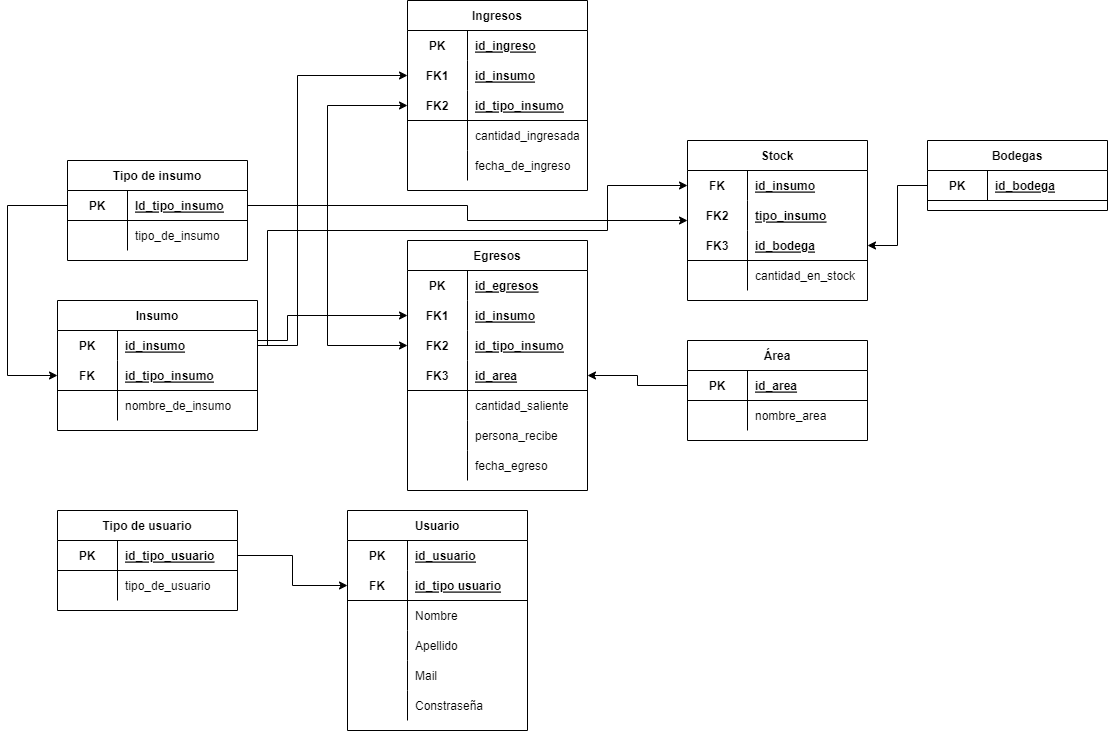
Sepjir/Proyecto_Fullstack_BodeApp keeps this draw.io diagram as UML/UML BodeApp.png. Above is the earlier version. Source tidied: cells renumbered, new cells last; positions are measured from the earlier drawing's top-left corner, leaving out a move shared by most shapes.
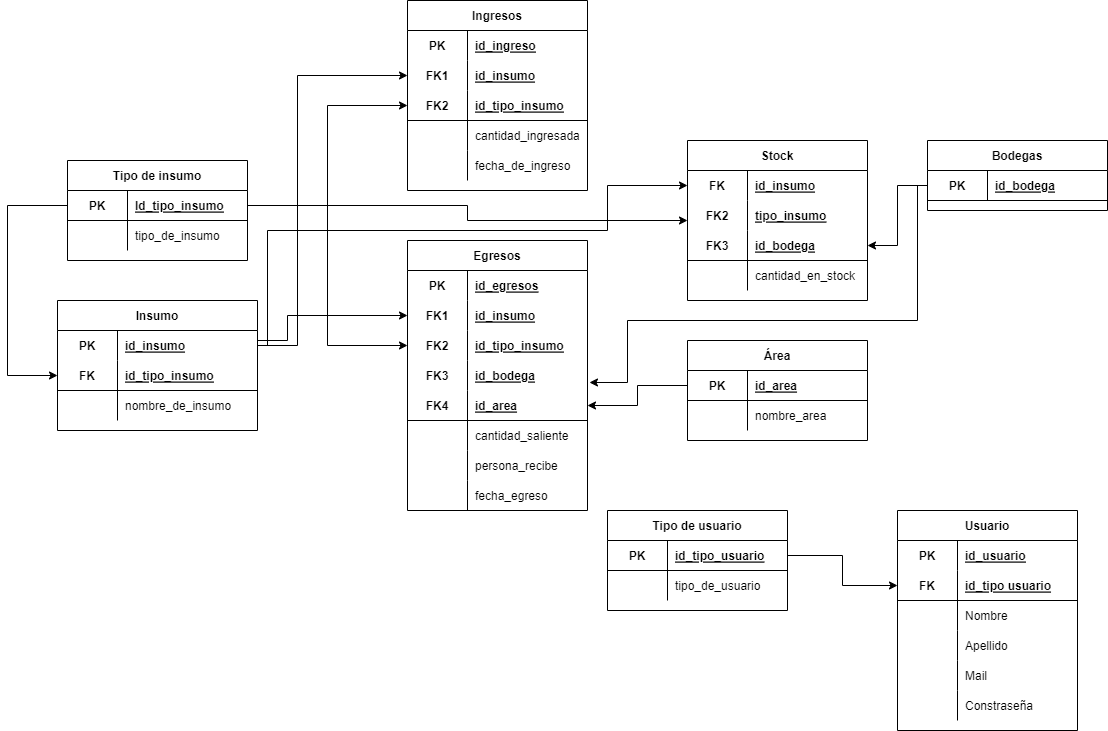
Above is the later version.

The edit, as a diff of the source:
```diff
@@ -123,7 +123,7 @@
       <mxGeometry x="60" width="120" height="30" as="geometry" />
     </mxCell>
     <mxCell id="42" value="Egresos" style="shape=table;startSize=30;rowLines=0;fontStyle=1;align=center;" parent="1" vertex="1">
-      <mxGeometry x="400" y="240" width="180" height="250" as="geometry" />
+      <mxGeometry x="400" y="240" width="180" height="270" as="geometry" />
     </mxCell>
     <mxCell id="43" style="shape=tableRow;horizontal=0;startSize=0;swimlaneHead=0;swimlaneBody=0;fillColor=none;top=0;left=0;right=0;bottom=0;" parent="42" vertex="1">
       <mxGeometry y="30" width="180" height="30" as="geometry" />
@@ -152,17 +152,26 @@
     <mxCell id="51" value="id_tipo_insumo" style="shape=partialRectangle;fillColor=none;top=0;left=0;bottom=0;right=0;align=left;spacingLeft=6;fontStyle=5;overflow=hidden;" parent="49" vertex="1">
       <mxGeometry x="60" width="120" height="30" as="geometry" />
     </mxCell>
+    <mxCell id="117" style="shape=tableRow;horizontal=0;startSize=0;swimlaneHead=0;swimlaneBody=0;fillColor=none;points=[[0,0.5],[1,0.5]];portConstraint=eastwest;top=0;left=0;right=0;bottom=0;" parent="42" vertex="1">
+      <mxGeometry y="120" width="180" height="30" as="geometry" />
+    </mxCell>
+    <mxCell id="118" value="FK3" style="shape=partialRectangle;fillColor=none;top=0;left=0;bottom=0;right=0;fontStyle=1;overflow=hidden;" parent="117" vertex="1">
+      <mxGeometry width="60" height="30" as="geometry" />
+    </mxCell>
+    <mxCell id="119" value="id_bodega" style="shape=partialRectangle;fillColor=none;top=0;left=0;bottom=0;right=0;align=left;spacingLeft=6;fontStyle=5;overflow=hidden;" parent="117" vertex="1">
+      <mxGeometry x="60" width="120" height="30" as="geometry" />
+    </mxCell>
     <mxCell id="52" style="shape=tableRow;horizontal=0;startSize=0;swimlaneHead=0;swimlaneBody=0;fillColor=none;points=[[0,0.5],[1,0.5]];portConstraint=eastwest;top=0;left=0;right=0;bottom=1;" parent="42" vertex="1">
-      <mxGeometry y="120" width="180" height="30" as="geometry" />
+      <mxGeometry y="150" width="180" height="30" as="geometry" />
     </mxCell>
-    <mxCell id="53" value="FK3" style="shape=partialRectangle;fillColor=none;top=0;left=0;bottom=0;right=0;fontStyle=1;overflow=hidden;" parent="52" vertex="1">
+    <mxCell id="53" value="FK4" style="shape=partialRectangle;fillColor=none;top=0;left=0;bottom=0;right=0;fontStyle=1;overflow=hidden;" parent="52" vertex="1">
       <mxGeometry width="60" height="30" as="geometry" />
     </mxCell>
     <mxCell id="54" value="id_area" style="shape=partialRectangle;fillColor=none;top=0;left=0;bottom=0;right=0;align=left;spacingLeft=6;fontStyle=5;overflow=hidden;" parent="52" vertex="1">
       <mxGeometry x="60" width="120" height="30" as="geometry" />
     </mxCell>
     <mxCell id="55" style="shape=tableRow;horizontal=0;startSize=0;swimlaneHead=0;swimlaneBody=0;fillColor=none;top=0;left=0;right=0;bottom=0;" parent="42" vertex="1">
-      <mxGeometry y="150" width="180" height="30" as="geometry" />
+      <mxGeometry y="180" width="180" height="30" as="geometry" />
     </mxCell>
     <mxCell id="56" style="shape=partialRectangle;fillColor=none;top=0;left=0;bottom=0;right=0;overflow=hidden;" parent="55" vertex="1">
       <mxGeometry width="60" height="30" as="geometry" />
@@ -171,7 +180,7 @@
       <mxGeometry x="60" width="120" height="30" as="geometry" />
     </mxCell>
     <mxCell id="58" style="shape=tableRow;horizontal=0;startSize=0;swimlaneHead=0;swimlaneBody=0;fillColor=none;top=0;left=0;right=0;bottom=0;" parent="42" vertex="1">
-      <mxGeometry y="180" width="180" height="30" as="geometry" />
+      <mxGeometry y="210" width="180" height="30" as="geometry" />
     </mxCell>
     <mxCell id="59" style="shape=partialRectangle;fillColor=none;top=0;left=0;bottom=0;right=0;overflow=hidden;" parent="58" vertex="1">
       <mxGeometry width="60" height="30" as="geometry" />
@@ -180,7 +189,7 @@
       <mxGeometry x="60" width="120" height="30" as="geometry" />
     </mxCell>
     <mxCell id="61" style="shape=tableRow;horizontal=0;startSize=0;swimlaneHead=0;swimlaneBody=0;fillColor=none;top=0;left=0;right=0;bottom=0;" parent="42" vertex="1">
-      <mxGeometry y="210" width="180" height="30" as="geometry" />
+      <mxGeometry y="240" width="180" height="30" as="geometry" />
     </mxCell>
     <mxCell id="62" style="shape=partialRectangle;fillColor=none;top=0;left=0;bottom=0;right=0;overflow=hidden;" parent="61" vertex="1">
       <mxGeometry width="60" height="30" as="geometry" />
@@ -189,7 +198,7 @@
       <mxGeometry x="60" width="120" height="30" as="geometry" />
     </mxCell>
     <mxCell id="64" value="Usuario" style="shape=table;startSize=30;rowLines=0;fontStyle=1;align=center;" parent="1" vertex="1">
-      <mxGeometry x="340" y="510" width="180" height="220" as="geometry" />
+      <mxGeometry x="890" y="510" width="180" height="220" as="geometry" />
     </mxCell>
     <mxCell id="65" style="shape=tableRow;horizontal=0;startSize=0;swimlaneHead=0;swimlaneBody=0;fillColor=none;top=0;left=0;right=0;bottom=0;" parent="64" vertex="1">
       <mxGeometry y="30" width="180" height="30" as="geometry" />
@@ -246,7 +255,7 @@
       <mxGeometry x="60" width="120" height="30" as="geometry" />
     </mxCell>
     <mxCell id="83" value="Tipo de usuario" style="shape=table;startSize=30;rowLines=0;fontStyle=1;align=center;" parent="1" vertex="1">
-      <mxGeometry x="50" y="510" width="180" height="100" as="geometry" />
+      <mxGeometry x="600" y="510" width="180" height="100" as="geometry" />
     </mxCell>
     <mxCell id="84" style="shape=tableRow;horizontal=0;startSize=0;swimlaneHead=0;swimlaneBody=0;fillColor=none;points=[[0,0.5],[1,0.5]];portConstraint=eastwest;top=0;left=0;right=0;bottom=1;" parent="83" vertex="1">
       <mxGeometry y="30" width="180" height="30" as="geometry" />
@@ -371,5 +380,15 @@
         </Array>
       </mxGeometry>
     </mxCell>
+    <mxCell id="120" style="edgeStyle=orthogonalEdgeStyle;rounded=0;jettySize=auto;html=1;entryX=1.011;entryY=0.733;entryDx=0;entryDy=0;entryPerimeter=0;" parent="1" edge="1" source="105" target="117">
+      <mxGeometry relative="1" as="geometry">
+        <Array as="points">
+          <mxPoint x="910" y="185" />
+          <mxPoint x="910" y="320" />
+          <mxPoint x="620" y="320" />
+          <mxPoint x="620" y="382" />
+        </Array>
+      </mxGeometry>
+    </mxCell>
   </root>
 </mxGraphModel>
```
